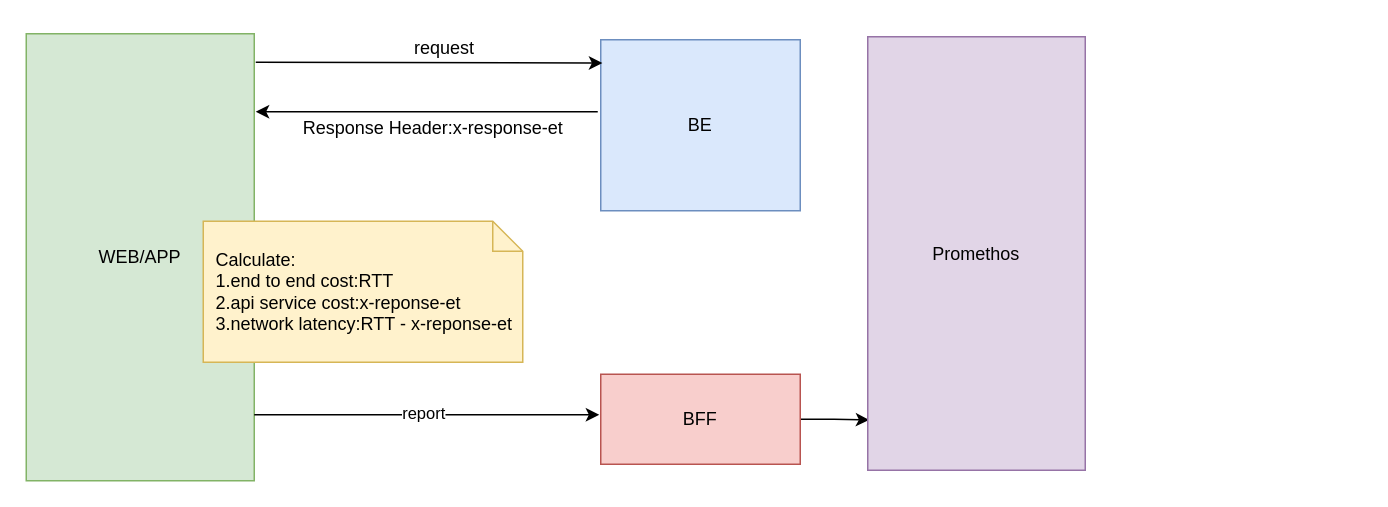
Before: 网络健康度监控.drawio in kekobin/axletree, a draw.io diagram. Source tidied: cells renumbered, new cells numbered last; positions are measured from the earlier drawing's top-left corner, leaving out a move shared by most shapes. Both pictures are drawn from the tidied source at 150%, with x=0, y=0 at pixel (26, 26).
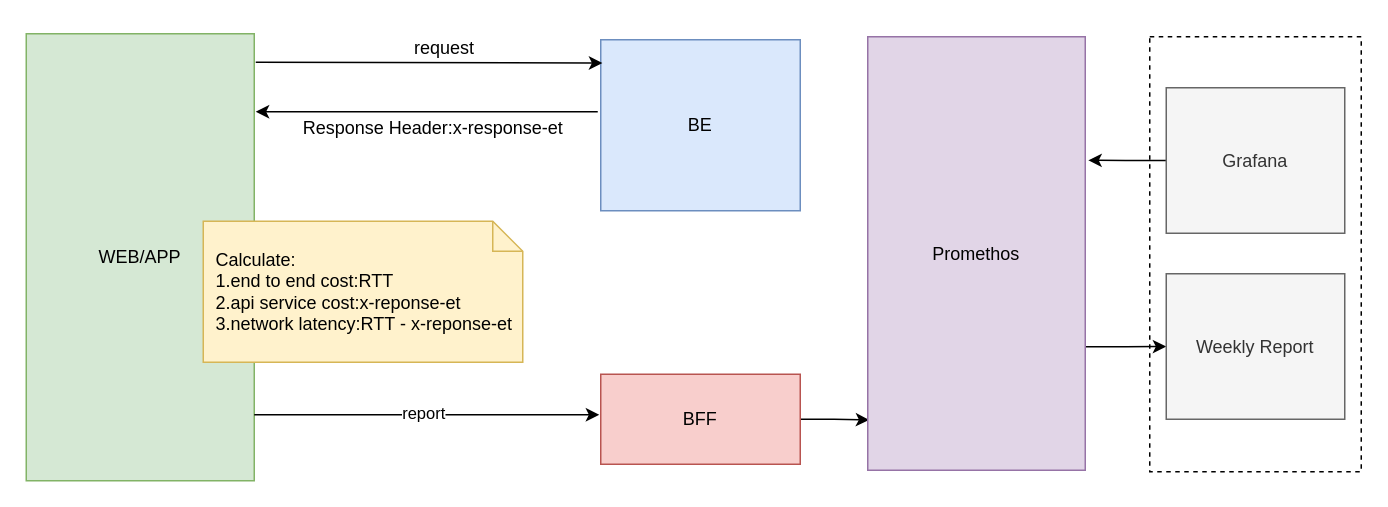
Above is the later version.

Commit message (it also covers changes not shown here):
更新网络健康度监控.drawio

Unchanged cells that the change refers to:
```xml
<mxCell id="13" value="Promethos" style="rounded=0;whiteSpace=wrap;html=1;fillColor=#e1d5e7;strokeColor=#9673a6;" parent="1" vertex="1">
  <mxGeometry x="561" y="7" width="145" height="289" as="geometry" />
</mxCell>
```

Diff of the diagram source:
```diff
@@
+    <mxCell id="14" style="rounded=0;whiteSpace=wrap;html=1;dashed=1;" parent="1" vertex="1">
+      <mxGeometry x="749" y="7" width="141" height="290" as="geometry" />
+    </mxCell>
@@
+    <mxCell id="15" style="edgeStyle=orthogonalEdgeStyle;rounded=0;jettySize=auto;html=1;exitX=0.993;exitY=0.715;exitDx=0;exitDy=0;exitPerimeter=0;" parent="1" edge="1" source="13" target="18">
+      <mxGeometry relative="1" as="geometry" />
+    </mxCell>
@@
+    <mxCell id="16" style="edgeStyle=orthogonalEdgeStyle;rounded=0;jettySize=auto;html=1;entryX=1.014;entryY=0.285;entryDx=0;entryDy=0;entryPerimeter=0;" parent="1" edge="1" source="17" target="13">
+      <mxGeometry relative="1" as="geometry" />
+    </mxCell>
+    <mxCell id="17" value="Grafana" style="rounded=0;whiteSpace=wrap;html=1;fillColor=#f5f5f5;strokeColor=#666666;fontColor=#333333;" parent="1" vertex="1">
+      <mxGeometry x="760" y="41" width="119" height="97" as="geometry" />
+    </mxCell>
+    <mxCell id="18" value="Weekly Report" style="rounded=0;whiteSpace=wrap;html=1;fillColor=#f5f5f5;strokeColor=#666666;fontColor=#333333;" parent="1" vertex="1">
+      <mxGeometry x="760" y="165" width="119" height="97" as="geometry" />
+    </mxCell>
```
